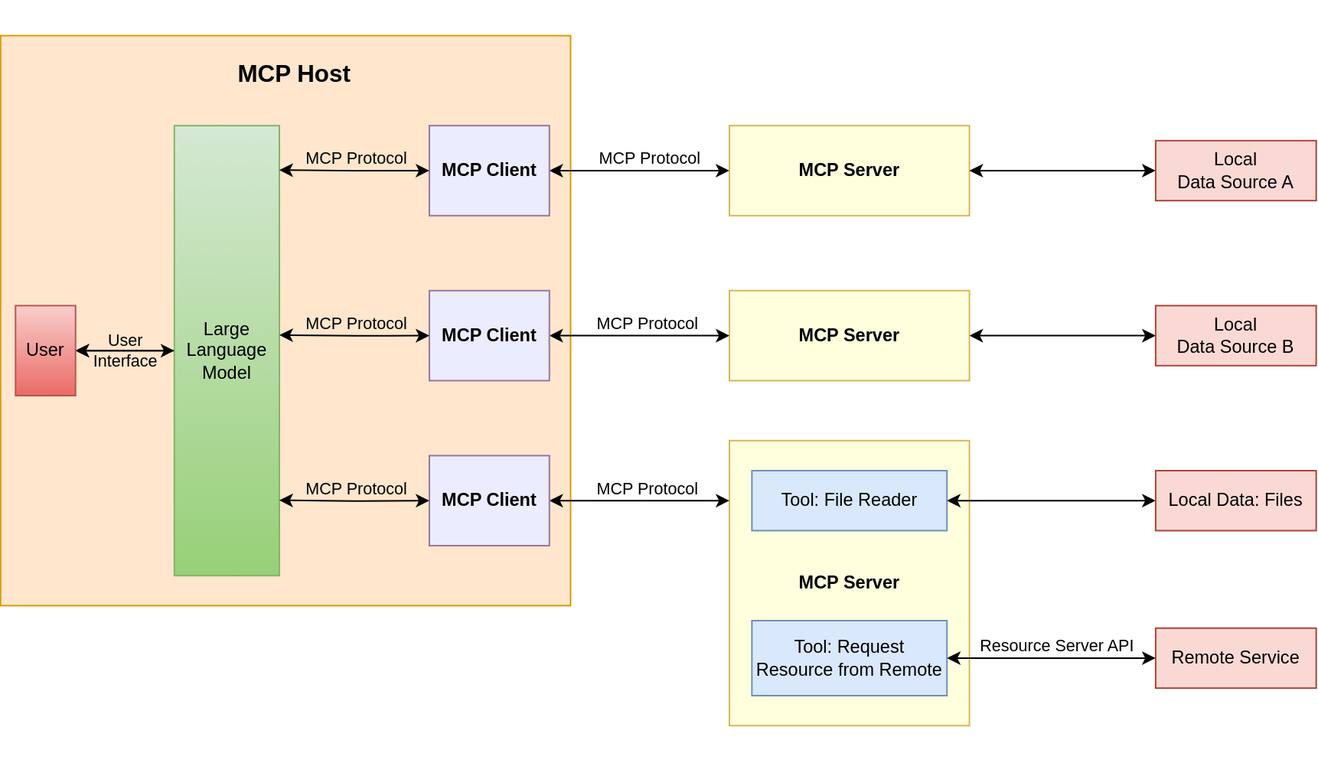
This is assets/images/MCP_architecture.drawio.svg from yrpark99/yrpark99.github.io, a draw.io export, as it was before one commit. Source tidied: cells renumbered, new cells last; positions are measured from the earlier drawing's top-left corner, leaving out a move shared by most shapes.
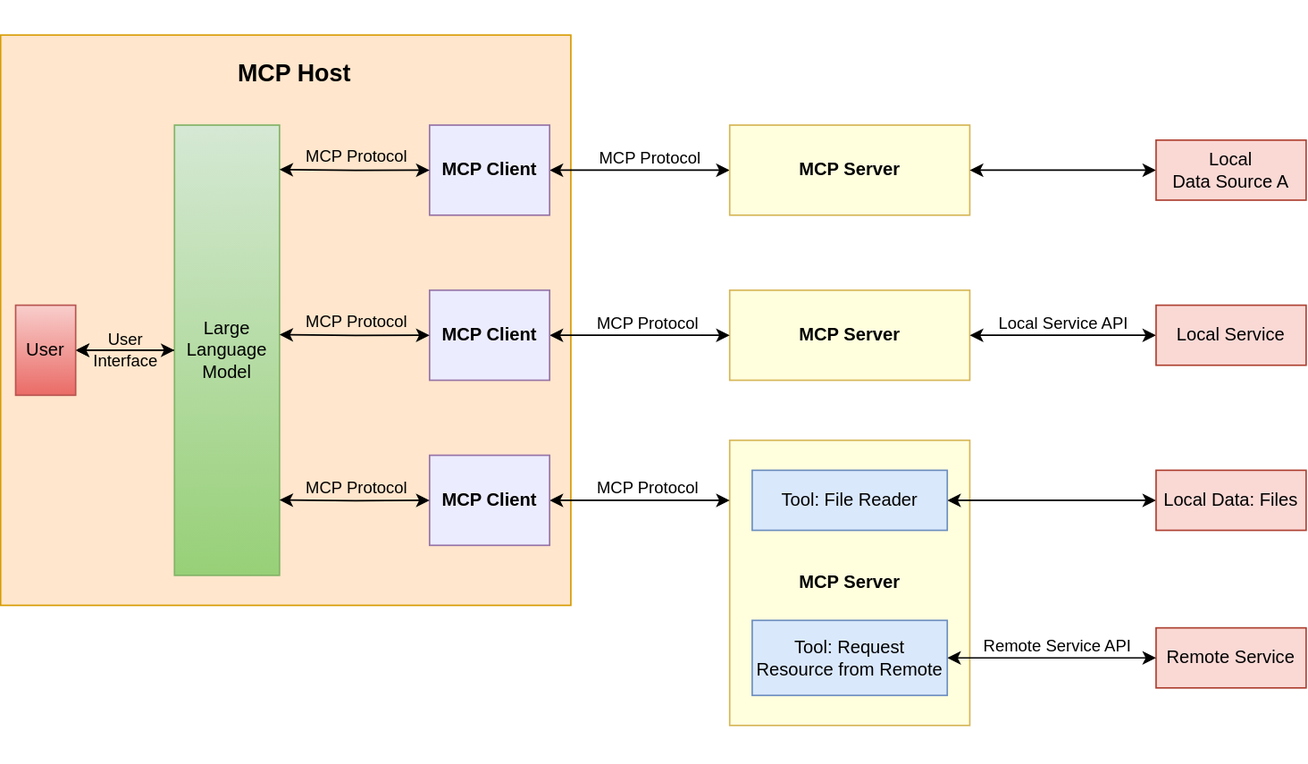
The same diagram one commit later.

What changed in the source:
```diff
@@ -45,6 +45,9 @@
     <mxCell id="14" style="endArrow=classic;startArrow=classic;html=1;rounded=0;entryX=0;entryY=0.5;entryDx=0;entryDy=0;exitX=1;exitY=0.5;exitDx=0;exitDy=0;" parent="1" edge="1" source="7" target="22">
       <mxGeometry relative="1" as="geometry" />
     </mxCell>
+    <mxCell id="38" value="Local Service API" style="edgeLabel;html=1;align=center;verticalAlign=bottom;labelBackgroundColor=none;" parent="14" vertex="1">
+      <mxGeometry relative="1" as="geometry" />
+    </mxCell>
     <mxCell id="15" style="endArrow=classic;startArrow=classic;html=1;rounded=0;entryX=0;entryY=0.5;entryDx=0;entryDy=0;exitX=1;exitY=0.5;exitDx=0;exitDy=0;" parent="1" edge="1" target="20">
       <mxGeometry relative="1" as="geometry">
         <mxPoint x="630.9" y="310" as="sourcePoint" />
@@ -54,27 +57,27 @@
       <mxGeometry x="500.9" y="290" width="130" height="40" as="geometry" />
     </mxCell>
     <mxCell id="17" value="Remote Service" style="rounded=0;whiteSpace=wrap;html=1;fillColor=#fad9d5;strokeColor=#ae4132;" parent="1" vertex="1">
-      <mxGeometry x="770" y="395" width="107" height="40" as="geometry" />
+      <mxGeometry x="770" y="395" width="100" height="40" as="geometry" />
     </mxCell>
     <mxCell id="18" style="endArrow=classic;startArrow=classic;html=1;rounded=0;entryX=0;entryY=0.5;entryDx=0;entryDy=0;exitX=1;exitY=0.5;exitDx=0;exitDy=0;" parent="1" edge="1" target="17">
       <mxGeometry relative="1" as="geometry">
         <mxPoint x="630.9" y="415" as="sourcePoint" />
       </mxGeometry>
     </mxCell>
-    <mxCell id="19" value="Resource Server API" style="edgeLabel;html=1;align=center;verticalAlign=bottom;labelBackgroundColor=none;labelBorderColor=none;fillOpacity=100;strokeOpacity=100;labelPosition=center;verticalLabelPosition=top;spacingLeft=6;" parent="18" vertex="1">
+    <mxCell id="19" value="Remote Service API" style="edgeLabel;html=1;align=center;verticalAlign=bottom;labelBackgroundColor=none;labelBorderColor=none;fillOpacity=100;strokeOpacity=100;labelPosition=center;verticalLabelPosition=top;spacingLeft=6;" parent="18" vertex="1">
       <mxGeometry relative="1" as="geometry" />
     </mxCell>
     <mxCell id="20" value="Local Data: Files" style="rounded=0;whiteSpace=wrap;html=1;fillColor=#fad9d5;strokeColor=#ae4132;" parent="1" vertex="1">
-      <mxGeometry x="770" y="290" width="107" height="40" as="geometry" />
+      <mxGeometry x="770" y="290" width="100" height="40" as="geometry" />
     </mxCell>
     <mxCell id="21" value="Tool: Request Resource from Remote" style="rounded=0;whiteSpace=wrap;html=1;fillColor=#dae8fc;strokeColor=#6c8ebf;" parent="1" vertex="1">
       <mxGeometry x="500.9" y="390" width="130" height="50" as="geometry" />
     </mxCell>
-    <mxCell id="22" value="Local &lt;br&gt;Data Source B" style="rounded=0;whiteSpace=wrap;html=1;fillColor=#fad9d5;strokeColor=#ae4132;" parent="1" vertex="1">
-      <mxGeometry x="770" y="180" width="107" height="40" as="geometry" />
+    <mxCell id="22" value="Local Service" style="rounded=0;whiteSpace=wrap;html=1;fillColor=#fad9d5;strokeColor=#ae4132;" parent="1" vertex="1">
+      <mxGeometry x="770" y="180" width="100" height="40" as="geometry" />
     </mxCell>
     <mxCell id="23" value="Local &lt;br&gt;Data Source A" style="rounded=0;whiteSpace=wrap;html=1;fillColor=#fad9d5;strokeColor=#ae4132;" parent="1" vertex="1">
-      <mxGeometry x="770" y="70" width="107" height="40" as="geometry" />
+      <mxGeometry x="770" y="70" width="100" height="40" as="geometry" />
     </mxCell>
     <mxCell id="24" style="edgeStyle=orthogonalEdgeStyle;rounded=0;jettySize=auto;html=1;" parent="1" edge="1" source="25" target="28">
       <mxGeometry relative="1" as="geometry" />
```
